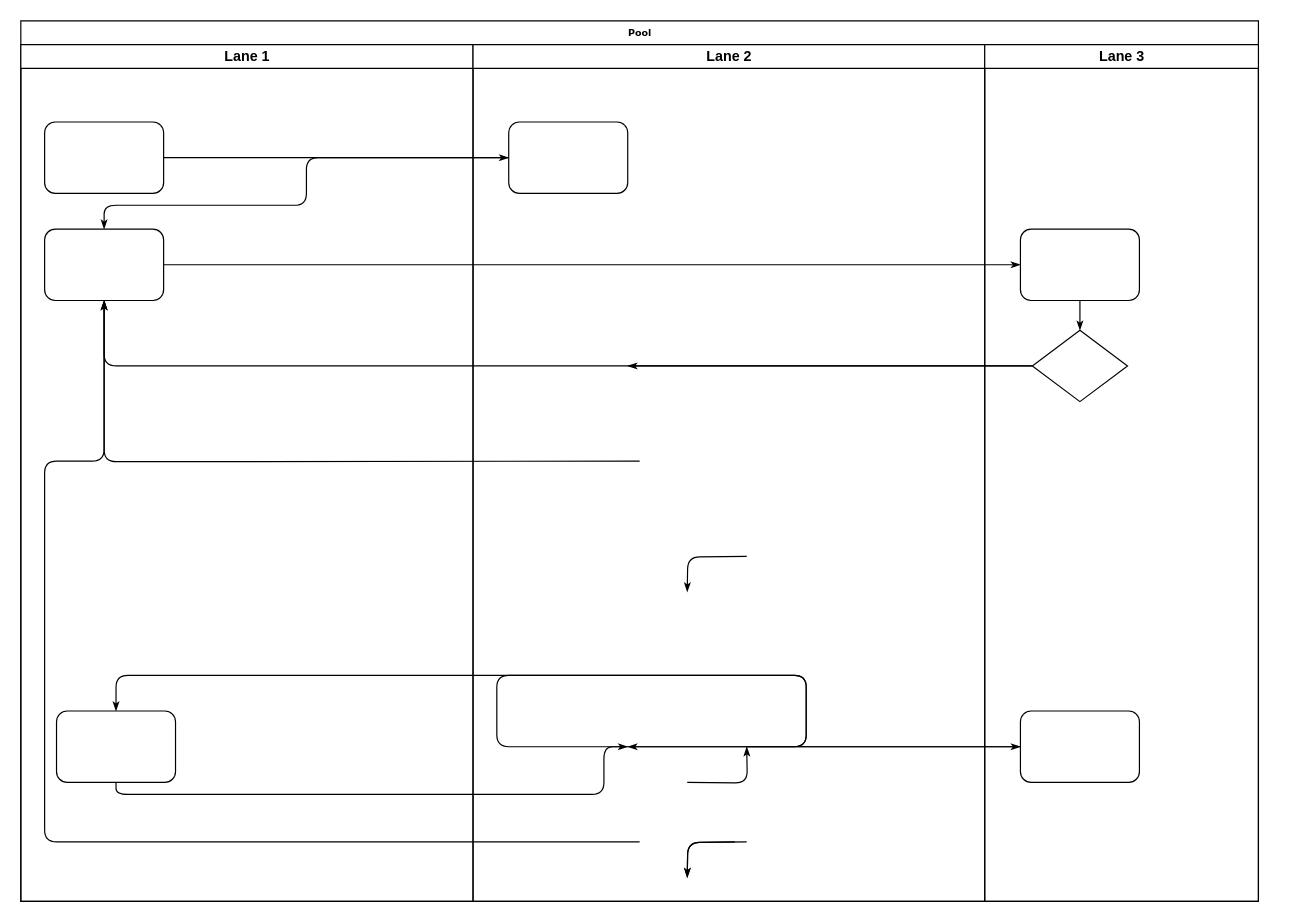
yoonai/MyTestFolder keeps this draw.io diagram as 卡券对账泳道图.drawio. Above is the earlier version. Source tidied: cells renumbered, new cells numbered last; positions are measured from the earlier drawing's top-left corner, leaving out a move shared by most shapes. Both pictures are drawn from the tidied source at 119%, with x=0, y=0 at pixel (20, 20).
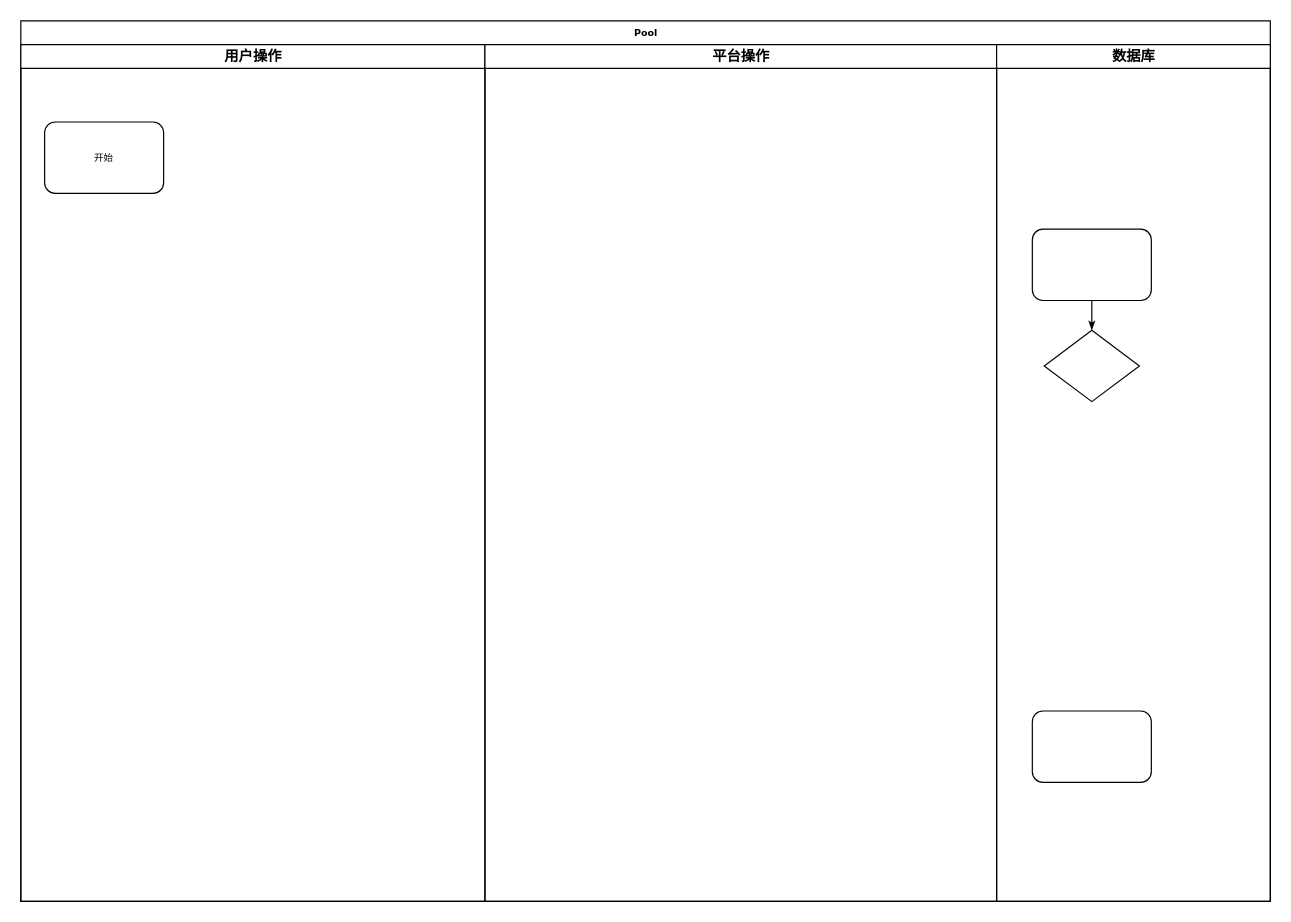
Above is the later version.

Commit message (it also covers changes not shown here):
更新卡券对账泳道图.drawio

Unchanged cells that the change refers to:
```xml
<mxCell id="25" style="rounded=1;whiteSpace=wrap;html=1;shadow=0;labelBackgroundColor=none;strokeWidth=1;fontFamily=Verdana;fontSize=8;align=center;" parent="24" vertex="1">
  <mxGeometry x="30" y="155" width="100" height="60" as="geometry" />
</mxCell>
<mxCell id="26" style="rhombus;whiteSpace=wrap;html=1;rounded=0;shadow=0;labelBackgroundColor=none;strokeWidth=1;fontFamily=Verdana;fontSize=8;align=center;" parent="24" vertex="1">
  <mxGeometry x="40" y="240" width="80" height="60" as="geometry" />
</mxCell>
<mxCell id="27" style="rounded=1;whiteSpace=wrap;html=1;shadow=0;labelBackgroundColor=none;strokeWidth=1;fontFamily=Verdana;fontSize=8;align=center;" parent="24" vertex="1">
  <mxGeometry x="30" y="560" width="100" height="60" as="geometry" />
</mxCell>
```

Diff of the diagram source:
```diff
@@
     <mxCell id="2" value="Pool" style="swimlane;html=1;startSize=20;rounded=0;shadow=0;labelBackgroundColor=none;strokeWidth=1;fontFamily=Verdana;fontSize=8;align=center;" parent="1" vertex="1">
-      <mxGeometry width="1040" height="740" as="geometry" />
+      <mxGeometry width="1050" height="740" as="geometry" />
     </mxCell>
-    <mxCell id="3" value="Lane 1" style="swimlane;html=1;startSize=20;" parent="2" vertex="1">
-      <mxGeometry y="20" width="380" height="720" as="geometry" />
+    <mxCell id="3" value="用户操作" style="swimlane;html=1;startSize=20;" parent="2" vertex="1">
+      <mxGeometry y="20" width="390" height="720" as="geometry" />
     </mxCell>
-    <mxCell id="4" style="rounded=1;whiteSpace=wrap;html=1;shadow=0;labelBackgroundColor=none;strokeWidth=1;fontFamily=Verdana;fontSize=8;align=center;" parent="3" vertex="1">
+    <mxCell id="4" value="开始" style="rounded=1;whiteSpace=wrap;html=1;shadow=0;labelBackgroundColor=none;strokeWidth=1;fontFamily=Verdana;fontSize=8;align=center;" parent="3" vertex="1">
       <mxGeometry x="20" y="65" width="100" height="60" as="geometry" />
     </mxCell>
-    <mxCell id="5" style="rounded=1;whiteSpace=wrap;html=1;shadow=0;labelBackgroundColor=none;strokeWidth=1;fontFamily=Verdana;fontSize=8;align=center;" parent="3" vertex="1">
-      <mxGeometry x="20" y="155" width="100" height="60" as="geometry" />
-    </mxCell>
-    <mxCell id="6" style="rounded=1;whiteSpace=wrap;html=1;shadow=0;labelBackgroundColor=none;strokeWidth=1;fontFamily=Verdana;fontSize=8;align=center;" parent="3" vertex="1">
-      <mxGeometry x="30" y="560" width="100" height="60" as="geometry" />
-    </mxCell>
-    <mxCell id="7" style="edgeStyle=orthogonalEdgeStyle;rounded=1;html=1;labelBackgroundColor=none;startArrow=none;startFill=0;startSize=5;endArrow=classicThin;endFill=1;endSize=5;jettySize=auto;strokeWidth=1;fontFamily=Verdana;fontSize=8;" parent="2" edge="1" source="4" target="23">
-      <mxGeometry relative="1" as="geometry" />
-    </mxCell>
-    <mxCell id="8" style="edgeStyle=orthogonalEdgeStyle;rounded=1;html=1;labelBackgroundColor=none;startArrow=none;startFill=0;startSize=5;endArrow=classicThin;endFill=1;endSize=5;jettySize=auto;strokeWidth=1;fontFamily=Verdana;fontSize=8;" parent="2" edge="1" source="23" target="5">
-      <mxGeometry relative="1" as="geometry">
-        <Array as="points">
-          <mxPoint x="240" y="155" />
-          <mxPoint x="70" y="155" />
-        </Array>
-      </mxGeometry>
-    </mxCell>
-    <mxCell id="9" style="edgeStyle=orthogonalEdgeStyle;rounded=1;html=1;labelBackgroundColor=none;startArrow=none;startFill=0;startSize=5;endArrow=classicThin;endFill=1;endSize=5;jettySize=auto;strokeWidth=1;fontFamily=Verdana;fontSize=8;" parent="2" edge="1" source="5" target="25">
-      <mxGeometry relative="1" as="geometry" />
-    </mxCell>
-    <mxCell id="10" style="edgeStyle=orthogonalEdgeStyle;rounded=1;html=1;labelBackgroundColor=none;startArrow=none;startFill=0;startSize=5;endArrow=classicThin;endFill=1;endSize=5;jettySize=auto;strokeWidth=1;fontFamily=Verdana;fontSize=8;" parent="2" edge="1" source="26" target="5">
-      <mxGeometry relative="1" as="geometry" />
-    </mxCell>
-    <mxCell id="11" style="edgeStyle=orthogonalEdgeStyle;rounded=1;html=1;labelBackgroundColor=none;startArrow=none;startFill=0;startSize=5;endArrow=classicThin;endFill=1;endSize=5;jettySize=auto;strokeWidth=1;fontFamily=Verdana;fontSize=8;" parent="2" edge="1" target="5">
-      <mxGeometry relative="1" as="geometry">
-        <mxPoint x="520" y="370" as="sourcePoint" />
-      </mxGeometry>
-    </mxCell>
-    <mxCell id="12" style="edgeStyle=orthogonalEdgeStyle;rounded=1;html=1;labelBackgroundColor=none;startArrow=none;startFill=0;startSize=5;endArrow=classicThin;endFill=1;endSize=5;jettySize=auto;strokeWidth=1;fontFamily=Verdana;fontSize=8;" parent="2" edge="1" target="5">
-      <mxGeometry relative="1" as="geometry">
-        <mxPoint x="520" y="690" as="sourcePoint" />
-        <Array as="points">
-          <mxPoint x="20" y="690" />
-          <mxPoint x="20" y="370" />
-          <mxPoint x="70" y="370" />
-        </Array>
-      </mxGeometry>
-    </mxCell>
-    <mxCell id="13" style="edgeStyle=orthogonalEdgeStyle;rounded=1;html=1;labelBackgroundColor=none;startArrow=none;startFill=0;startSize=5;endArrow=classicThin;endFill=1;endSize=5;jettySize=auto;strokeWidth=1;fontFamily=Verdana;fontSize=8;" parent="2" edge="1" source="26">
-      <mxGeometry relative="1" as="geometry">
-        <mxPoint x="510" y="290" as="targetPoint" />
-      </mxGeometry>
-    </mxCell>
-    <mxCell id="14" style="edgeStyle=orthogonalEdgeStyle;rounded=1;html=1;labelBackgroundColor=none;startArrow=none;startFill=0;startSize=5;endArrow=classicThin;endFill=1;endSize=5;jettySize=auto;orthogonalLoop=1;strokeWidth=1;fontFamily=Verdana;fontSize=8;" parent="2" edge="1">
-      <mxGeometry relative="1" as="geometry">
-        <mxPoint x="600" y="690" as="sourcePoint" />
-        <mxPoint x="560" y="720" as="targetPoint" />
-      </mxGeometry>
-    </mxCell>
-    <mxCell id="15" style="edgeStyle=orthogonalEdgeStyle;rounded=1;html=1;labelBackgroundColor=none;startArrow=none;startFill=0;startSize=5;endArrow=classicThin;endFill=1;endSize=5;jettySize=auto;orthogonalLoop=1;strokeWidth=1;fontFamily=Verdana;fontSize=8;" parent="2" edge="1">
-      <mxGeometry relative="1" as="geometry">
-        <mxPoint x="610" y="690" as="sourcePoint" />
-        <mxPoint x="560" y="720" as="targetPoint" />
-      </mxGeometry>
-    </mxCell>
-    <mxCell id="16" style="edgeStyle=orthogonalEdgeStyle;rounded=1;html=1;labelBackgroundColor=none;startArrow=none;startFill=0;startSize=5;endArrow=classicThin;endFill=1;endSize=5;jettySize=auto;orthogonalLoop=1;strokeWidth=1;fontFamily=Verdana;fontSize=8;" parent="2" edge="1">
-      <mxGeometry relative="1" as="geometry">
-        <mxPoint x="610" y="450" as="sourcePoint" />
-        <mxPoint x="560" y="480" as="targetPoint" />
-      </mxGeometry>
-    </mxCell>
-    <mxCell id="17" style="edgeStyle=orthogonalEdgeStyle;rounded=1;html=1;labelBackgroundColor=none;startArrow=none;startFill=0;startSize=5;endArrow=classicThin;endFill=1;endSize=5;jettySize=auto;strokeWidth=1;fontFamily=Verdana;fontSize=8;" parent="2" edge="1" target="27">
-      <mxGeometry relative="1" as="geometry">
-        <mxPoint x="610" y="610" as="sourcePoint" />
-        <Array as="points">
-          <mxPoint x="660" y="610" />
-          <mxPoint x="660" y="550" />
-          <mxPoint x="400" y="550" />
-        </Array>
-      </mxGeometry>
-    </mxCell>
-    <mxCell id="18" style="edgeStyle=orthogonalEdgeStyle;rounded=1;html=1;labelBackgroundColor=none;startArrow=none;startFill=0;startSize=5;endArrow=classicThin;endFill=1;endSize=5;jettySize=auto;orthogonalLoop=1;strokeColor=#000000;strokeWidth=1;fontFamily=Verdana;fontSize=8;fontColor=#000000;" parent="2" edge="1">
-      <mxGeometry relative="1" as="geometry">
-        <mxPoint x="560" y="640" as="sourcePoint" />
-        <mxPoint x="610" y="610" as="targetPoint" />
-      </mxGeometry>
-    </mxCell>
-    <mxCell id="19" style="edgeStyle=orthogonalEdgeStyle;rounded=1;html=1;labelBackgroundColor=none;startArrow=none;startFill=0;startSize=5;endArrow=classicThin;endFill=1;endSize=5;jettySize=auto;strokeWidth=1;fontFamily=Verdana;fontSize=8;" parent="2" edge="1" target="6">
-      <mxGeometry relative="1" as="geometry">
-        <mxPoint x="610" y="610" as="sourcePoint" />
-        <Array as="points">
-          <mxPoint x="660" y="610" />
-          <mxPoint x="660" y="550" />
-          <mxPoint x="80" y="550" />
-        </Array>
-      </mxGeometry>
-    </mxCell>
-    <mxCell id="20" style="edgeStyle=orthogonalEdgeStyle;rounded=1;html=1;labelBackgroundColor=none;startArrow=none;startFill=0;startSize=5;endArrow=classicThin;endFill=1;endSize=5;jettySize=auto;strokeWidth=1;fontFamily=Verdana;fontSize=8;" parent="2" edge="1" source="6">
-      <mxGeometry relative="1" as="geometry">
-        <mxPoint x="510" y="610" as="targetPoint" />
-        <Array as="points">
-          <mxPoint x="80" y="650" />
-          <mxPoint x="490" y="650" />
-          <mxPoint x="490" y="610" />
-        </Array>
-      </mxGeometry>
-    </mxCell>
-    <mxCell id="21" style="edgeStyle=orthogonalEdgeStyle;rounded=1;html=1;labelBackgroundColor=none;startArrow=none;startFill=0;startSize=5;endArrow=classicThin;endFill=1;endSize=5;jettySize=auto;strokeWidth=1;fontFamily=Verdana;fontSize=8;" parent="2" edge="1" source="27">
-      <mxGeometry relative="1" as="geometry">
-        <mxPoint x="510" y="610" as="targetPoint" />
-      </mxGeometry>
-    </mxCell>
-    <mxCell id="22" value="Lane 2" style="swimlane;html=1;startSize=20;" parent="2" vertex="1">
-      <mxGeometry x="380" y="20" width="430" height="720" as="geometry" />
+    <mxCell id="22" value="平台操作" style="swimlane;html=1;startSize=20;" parent="2" vertex="1">
+      <mxGeometry x="390" y="20" width="430" height="720" as="geometry" />
     </mxCell>
-    <mxCell id="23" style="rounded=1;whiteSpace=wrap;html=1;shadow=0;labelBackgroundColor=none;strokeWidth=1;fontFamily=Verdana;fontSize=8;align=center;" parent="22" vertex="1">
-      <mxGeometry x="30" y="65" width="100" height="60" as="geometry" />
-    </mxCell>
-    <mxCell id="24" value="Lane 3" style="swimlane;html=1;startSize=20;" parent="2" vertex="1">
-      <mxGeometry x="810" y="20" width="230" height="720" as="geometry" />
+    <mxCell id="24" value="数据库" style="swimlane;html=1;startSize=20;" parent="2" vertex="1">
+      <mxGeometry x="820" y="20" width="230" height="720" as="geometry" />
     </mxCell>
```
